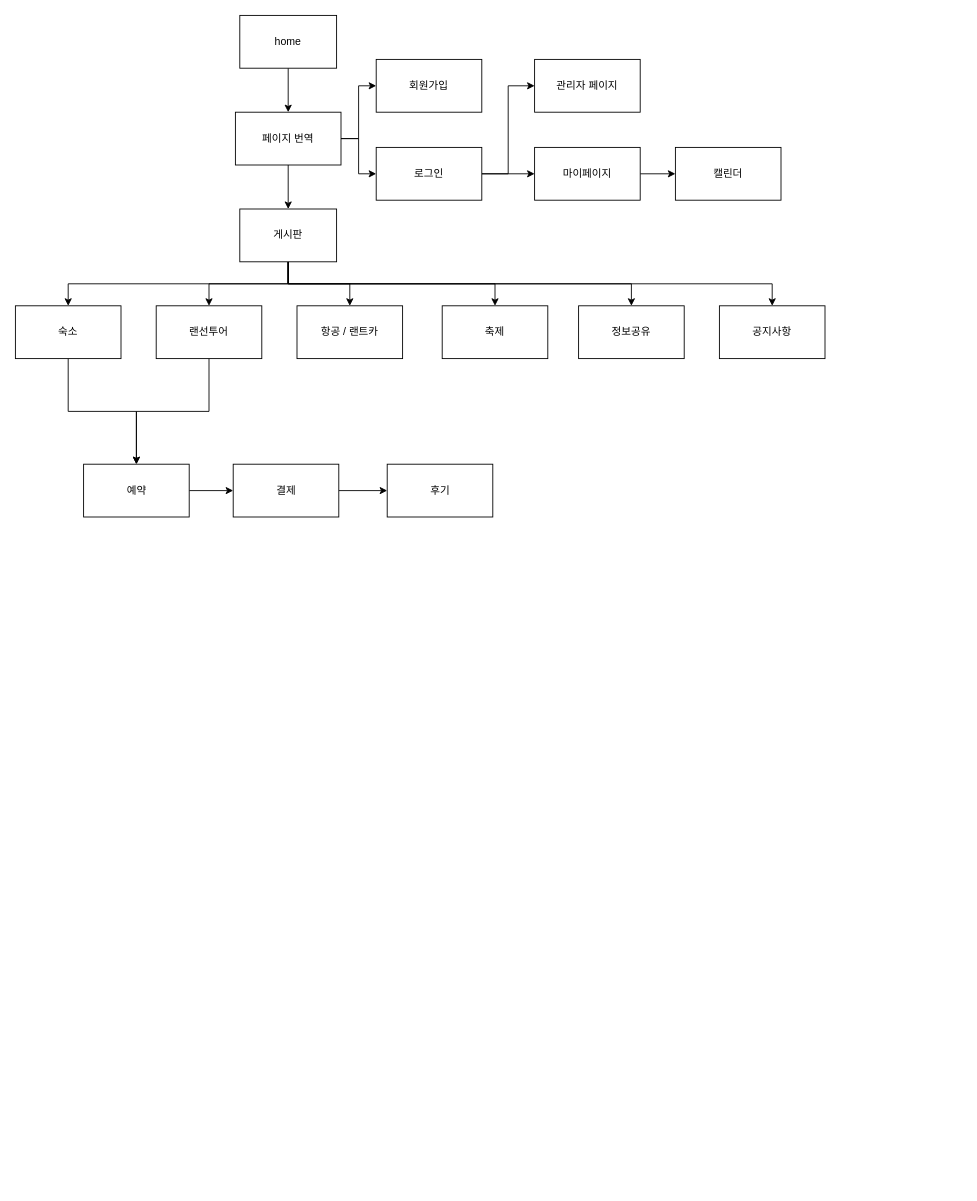
Above: Untitled Diagram.drawio in Janggeun-Lee/mygit (draw.io), before the change. Source tidied: cells renumbered, new cells numbered last; positions are measured from the earlier drawing's top-left corner, leaving out a move shared by most shapes. Both pictures are drawn from the tidied source at 88%, with x=0, y=0 at pixel (15, 15).
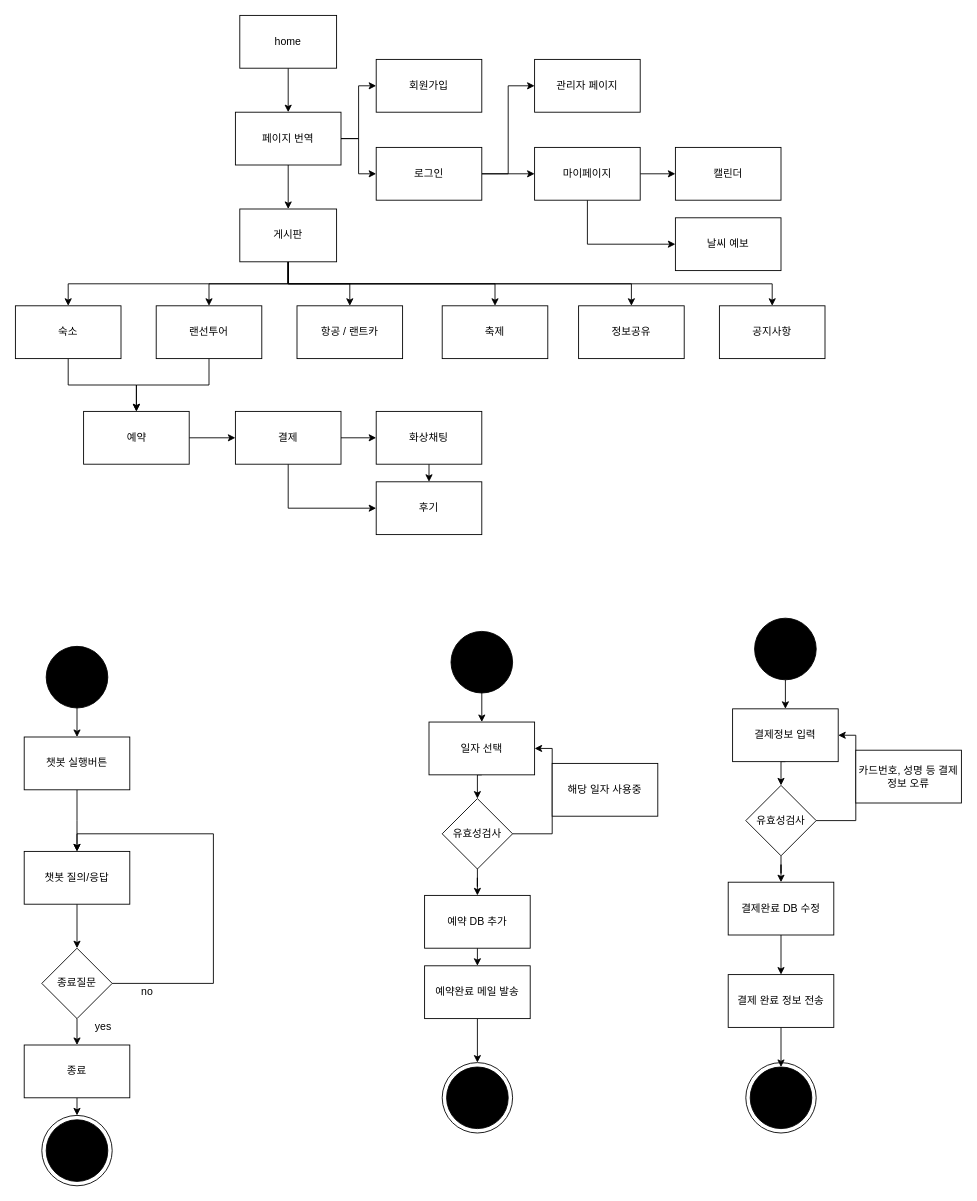
After the change.

The change refers to these unchanged cells:
```xml
<mxCell id="25" value="마이페이지" style="rounded=0;whiteSpace=wrap;html=1;" parent="1" vertex="1">
  <mxGeometry x="590" y="150" width="120" height="60" as="geometry" />
</mxCell>
```

The edit, as a diff of the source:
```diff
@@
     <mxCell id="22" value="예약" style="rounded=0;whiteSpace=wrap;html=1;" parent="1" vertex="1">
-      <mxGeometry x="77.5" y="510" width="120" height="60" as="geometry" />
+      <mxGeometry x="77.5" y="450" width="120" height="60" as="geometry" />
     </mxCell>
@@
+    <mxCell id="36" style="edgeStyle=orthogonalEdgeStyle;rounded=0;jettySize=auto;html=1;exitX=0.5;exitY=1;exitDx=0;exitDy=0;entryX=0;entryY=0.5;entryDx=0;entryDy=0;" parent="1" edge="1" source="25" target="40">
+      <mxGeometry relative="1" as="geometry" />
+    </mxCell>
@@
-    <mxCell id="27" style="edgeStyle=orthogonalEdgeStyle;rounded=0;jettySize=auto;html=1;exitX=1;exitY=0.5;exitDx=0;exitDy=0;" parent="1" edge="1" source="28" target="31">
+    <mxCell id="27" style="edgeStyle=orthogonalEdgeStyle;rounded=0;jettySize=auto;html=1;exitX=0.5;exitY=1;exitDx=0;exitDy=0;entryX=0;entryY=0.5;entryDx=0;entryDy=0;" parent="1" edge="1" source="28" target="31">
       <mxGeometry relative="1" as="geometry" />
     </mxCell>
+    <mxCell id="37" style="edgeStyle=orthogonalEdgeStyle;rounded=0;jettySize=auto;html=1;exitX=1;exitY=0.5;exitDx=0;exitDy=0;entryX=0;entryY=0.5;entryDx=0;entryDy=0;" parent="1" edge="1" source="28" target="39">
+      <mxGeometry relative="1" as="geometry" />
+    </mxCell>
     <mxCell id="28" value="결제" style="rounded=0;whiteSpace=wrap;html=1;" parent="1" vertex="1">
-      <mxGeometry x="247.5" y="510" width="120" height="60" as="geometry" />
+      <mxGeometry x="250" y="450" width="120" height="60" as="geometry" />
     </mxCell>
@@
     <mxCell id="31" value="후기" style="rounded=0;whiteSpace=wrap;html=1;" parent="1" vertex="1">
-      <mxGeometry x="422.5" y="510" width="120" height="60" as="geometry" />
+      <mxGeometry x="410" y="530" width="120" height="60" as="geometry" />
     </mxCell>
@@
+    <mxCell id="38" style="edgeStyle=orthogonalEdgeStyle;rounded=0;jettySize=auto;html=1;exitX=0.5;exitY=1;exitDx=0;exitDy=0;entryX=0.5;entryY=0;entryDx=0;entryDy=0;" parent="1" edge="1" source="39" target="31">
+      <mxGeometry relative="1" as="geometry" />
+    </mxCell>
+    <mxCell id="39" value="화상채팅" style="rounded=0;whiteSpace=wrap;html=1;" parent="1" vertex="1">
+      <mxGeometry x="410" y="450" width="120" height="60" as="geometry" />
+    </mxCell>
+    <mxCell id="40" value="날씨 예보" style="rounded=0;whiteSpace=wrap;html=1;" parent="1" vertex="1">
+      <mxGeometry x="750" y="230" width="120" height="60" as="geometry" />
+    </mxCell>
+    <mxCell id="41" style="ellipse;whiteSpace=wrap;html=1;" parent="1" vertex="1">
+      <mxGeometry x="30" y="1250" width="80" height="80" as="geometry" />
+    </mxCell>
+    <mxCell id="42" style="ellipse;whiteSpace=wrap;html=1;fillColor=#000000;" parent="1" vertex="1">
+      <mxGeometry x="35" y="1255" width="70" height="70" as="geometry" />
+    </mxCell>
+    <mxCell id="43" style="edgeStyle=orthogonalEdgeStyle;rounded=0;jettySize=auto;html=1;exitX=0.5;exitY=1;exitDx=0;exitDy=0;entryX=0.5;entryY=0;entryDx=0;entryDy=0;" parent="1" edge="1" source="44" target="48">
+      <mxGeometry relative="1" as="geometry" />
+    </mxCell>
+    <mxCell id="44" style="ellipse;whiteSpace=wrap;html=1;fillColor=#000000;" parent="1" vertex="1">
+      <mxGeometry x="35" y="717" width="70" height="70" as="geometry" />
+    </mxCell>
+    <mxCell id="45" style="edgeStyle=orthogonalEdgeStyle;rounded=0;jettySize=auto;html=1;exitX=0.5;exitY=1;exitDx=0;exitDy=0;entryX=0.5;entryY=0;entryDx=0;entryDy=0;" parent="1" edge="1" source="46" target="51">
+      <mxGeometry relative="1" as="geometry" />
+    </mxCell>
+    <mxCell id="46" value="챗봇 질의/응답" style="rounded=0;whiteSpace=wrap;html=1;fillColor=#FFFFFF;" parent="1" vertex="1">
+      <mxGeometry x="10" y="950" width="120" height="60" as="geometry" />
+    </mxCell>
+    <mxCell id="47" style="edgeStyle=orthogonalEdgeStyle;rounded=0;jettySize=auto;html=1;exitX=0.5;exitY=1;exitDx=0;exitDy=0;" parent="1" edge="1" source="48">
+      <mxGeometry relative="1" as="geometry">
+        <mxPoint x="70" y="950" as="targetPoint" />
+      </mxGeometry>
+    </mxCell>
+    <mxCell id="48" value="챗봇 실행버튼" style="rounded=0;whiteSpace=wrap;html=1;fillColor=#FFFFFF;" parent="1" vertex="1">
+      <mxGeometry x="10" y="820" width="120" height="60" as="geometry" />
+    </mxCell>
+    <mxCell id="49" style="edgeStyle=orthogonalEdgeStyle;rounded=0;jettySize=auto;html=1;exitX=1;exitY=0.5;exitDx=0;exitDy=0;entryX=0.5;entryY=0;entryDx=0;entryDy=0;" parent="1" edge="1" source="51" target="46">
+      <mxGeometry relative="1" as="geometry">
+        <Array as="points">
+          <mxPoint x="225" y="1100" />
+          <mxPoint x="225" y="930" />
+          <mxPoint x="70" y="930" />
+        </Array>
+      </mxGeometry>
+    </mxCell>
+    <mxCell id="50" style="edgeStyle=orthogonalEdgeStyle;rounded=0;jettySize=auto;html=1;exitX=0.5;exitY=1;exitDx=0;exitDy=0;entryX=0.5;entryY=0;entryDx=0;entryDy=0;" parent="1" edge="1" source="51" target="53">
+      <mxGeometry relative="1" as="geometry" />
+    </mxCell>
+    <mxCell id="51" value="종료질문" style="rhombus;whiteSpace=wrap;html=1;fillColor=#FFFFFF;" parent="1" vertex="1">
+      <mxGeometry x="30" y="1060" width="80" height="80" as="geometry" />
+    </mxCell>
+    <mxCell id="52" style="edgeStyle=orthogonalEdgeStyle;rounded=0;jettySize=auto;html=1;exitX=0.5;exitY=1;exitDx=0;exitDy=0;entryX=0.5;entryY=0;entryDx=0;entryDy=0;" parent="1" edge="1" source="53" target="41">
+      <mxGeometry relative="1" as="geometry" />
+    </mxCell>
+    <mxCell id="53" value="종료" style="rounded=0;whiteSpace=wrap;html=1;fillColor=#FFFFFF;" parent="1" vertex="1">
+      <mxGeometry x="10" y="1170" width="120" height="60" as="geometry" />
+    </mxCell>
+    <mxCell id="54" value="yes" style="text;html=1;strokeColor=none;fillColor=none;align=center;verticalAlign=middle;whiteSpace=wrap;rounded=0;" parent="1" vertex="1">
+      <mxGeometry x="80" y="1140" width="40" height="20" as="geometry" />
+    </mxCell>
+    <mxCell id="55" value="no" style="text;html=1;strokeColor=none;fillColor=none;align=center;verticalAlign=middle;whiteSpace=wrap;rounded=0;" parent="1" vertex="1">
+      <mxGeometry x="130" y="1100" width="40" height="20" as="geometry" />
+    </mxCell>
+    <mxCell id="56" style="ellipse;whiteSpace=wrap;html=1;" parent="1" vertex="1">
+      <mxGeometry x="485" y="1190" width="80" height="80" as="geometry" />
+    </mxCell>
+    <mxCell id="57" style="ellipse;whiteSpace=wrap;html=1;fillColor=#000000;" parent="1" vertex="1">
+      <mxGeometry x="490" y="1195" width="70" height="70" as="geometry" />
+    </mxCell>
+    <mxCell id="58" style="edgeStyle=orthogonalEdgeStyle;rounded=0;jettySize=auto;html=1;exitX=0.5;exitY=1;exitDx=0;exitDy=0;entryX=0.5;entryY=0;entryDx=0;entryDy=0;" parent="1" edge="1" source="59" target="61">
+      <mxGeometry relative="1" as="geometry" />
+    </mxCell>
+    <mxCell id="59" style="ellipse;whiteSpace=wrap;html=1;fillColor=#000000;" parent="1" vertex="1">
+      <mxGeometry x="495" y="700" width="70" height="70" as="geometry" />
+    </mxCell>
+    <mxCell id="60" style="edgeStyle=orthogonalEdgeStyle;rounded=0;jettySize=auto;html=1;exitX=0.5;exitY=1;exitDx=0;exitDy=0;entryX=0.5;entryY=0;entryDx=0;entryDy=0;" parent="1" edge="1" source="61" target="64">
+      <mxGeometry relative="1" as="geometry" />
+    </mxCell>
+    <mxCell id="61" value="일자 선택" style="rounded=0;whiteSpace=wrap;html=1;fillColor=#FFFFFF;" parent="1" vertex="1">
+      <mxGeometry x="470" y="803" width="120" height="60" as="geometry" />
+    </mxCell>
+    <mxCell id="62" style="edgeStyle=orthogonalEdgeStyle;rounded=0;jettySize=auto;html=1;exitX=0.5;exitY=1;exitDx=0;exitDy=0;" parent="1" edge="1" source="64" target="66">
+      <mxGeometry relative="1" as="geometry" />
+    </mxCell>
+    <mxCell id="63" style="edgeStyle=orthogonalEdgeStyle;rounded=0;jettySize=auto;html=1;exitX=1;exitY=0.5;exitDx=0;exitDy=0;entryX=1;entryY=0.5;entryDx=0;entryDy=0;" parent="1" edge="1" source="64" target="61">
+      <mxGeometry relative="1" as="geometry" />
+    </mxCell>
+    <mxCell id="64" value="유효성검사" style="rhombus;whiteSpace=wrap;html=1;fillColor=#FFFFFF;" parent="1" vertex="1">
+      <mxGeometry x="485" y="890" width="80" height="80" as="geometry" />
+    </mxCell>
+    <mxCell id="65" style="edgeStyle=orthogonalEdgeStyle;rounded=0;jettySize=auto;html=1;exitX=0.5;exitY=1;exitDx=0;exitDy=0;entryX=0.5;entryY=0;entryDx=0;entryDy=0;" parent="1" edge="1" source="66" target="69">
+      <mxGeometry relative="1" as="geometry" />
+    </mxCell>
+    <mxCell id="66" value="예약 DB 추가" style="rounded=0;whiteSpace=wrap;html=1;fillColor=#FFFFFF;" parent="1" vertex="1">
+      <mxGeometry x="465" y="1000" width="120" height="60" as="geometry" />
+    </mxCell>
+    <mxCell id="67" value="해당 일자 사용중" style="rounded=0;whiteSpace=wrap;html=1;fillColor=#FFFFFF;" parent="1" vertex="1">
+      <mxGeometry x="610" y="850" width="120" height="60" as="geometry" />
+    </mxCell>
+    <mxCell id="68" style="edgeStyle=orthogonalEdgeStyle;rounded=0;jettySize=auto;html=1;exitX=0.5;exitY=1;exitDx=0;exitDy=0;entryX=0.5;entryY=0;entryDx=0;entryDy=0;" parent="1" edge="1" source="69" target="56">
+      <mxGeometry relative="1" as="geometry" />
+    </mxCell>
+    <mxCell id="69" value="예약완료 메일 발송" style="rounded=0;whiteSpace=wrap;html=1;fillColor=#FFFFFF;" parent="1" vertex="1">
+      <mxGeometry x="465" y="1080" width="120" height="60" as="geometry" />
+    </mxCell>
+    <mxCell id="70" style="ellipse;whiteSpace=wrap;html=1;" parent="1" vertex="1">
+      <mxGeometry x="830" y="1190" width="80" height="80" as="geometry" />
+    </mxCell>
+    <mxCell id="71" style="ellipse;whiteSpace=wrap;html=1;fillColor=#000000;" parent="1" vertex="1">
+      <mxGeometry x="835" y="1195" width="70" height="70" as="geometry" />
+    </mxCell>
+    <mxCell id="72" style="edgeStyle=orthogonalEdgeStyle;rounded=0;jettySize=auto;html=1;exitX=0.5;exitY=1;exitDx=0;exitDy=0;entryX=0.5;entryY=0;entryDx=0;entryDy=0;" parent="1" edge="1" source="73" target="75">
+      <mxGeometry relative="1" as="geometry" />
+    </mxCell>
+    <mxCell id="73" style="ellipse;whiteSpace=wrap;html=1;fillColor=#000000;" parent="1" vertex="1">
+      <mxGeometry x="840" y="685" width="70" height="70" as="geometry" />
+    </mxCell>
+    <mxCell id="74" style="edgeStyle=orthogonalEdgeStyle;rounded=0;jettySize=auto;html=1;exitX=0.5;exitY=1;exitDx=0;exitDy=0;entryX=0.5;entryY=0;entryDx=0;entryDy=0;" parent="1" edge="1" source="75" target="78">
+      <mxGeometry relative="1" as="geometry" />
+    </mxCell>
+    <mxCell id="75" value="결제정보 입력" style="rounded=0;whiteSpace=wrap;html=1;fillColor=#FFFFFF;" parent="1" vertex="1">
+      <mxGeometry x="815" y="788" width="120" height="60" as="geometry" />
+    </mxCell>
+    <mxCell id="76" style="edgeStyle=orthogonalEdgeStyle;rounded=0;jettySize=auto;html=1;exitX=0.5;exitY=1;exitDx=0;exitDy=0;" parent="1" edge="1" source="78" target="80">
+      <mxGeometry relative="1" as="geometry" />
+    </mxCell>
+    <mxCell id="77" style="edgeStyle=orthogonalEdgeStyle;rounded=0;jettySize=auto;html=1;exitX=1;exitY=0.5;exitDx=0;exitDy=0;entryX=1;entryY=0.5;entryDx=0;entryDy=0;" parent="1" edge="1" source="78" target="75">
+      <mxGeometry relative="1" as="geometry" />
+    </mxCell>
+    <mxCell id="78" value="유효성검사" style="rhombus;whiteSpace=wrap;html=1;fillColor=#FFFFFF;" parent="1" vertex="1">
+      <mxGeometry x="830" y="875" width="80" height="80" as="geometry" />
+    </mxCell>
+    <mxCell id="79" style="edgeStyle=orthogonalEdgeStyle;rounded=0;jettySize=auto;html=1;exitX=0.5;exitY=1;exitDx=0;exitDy=0;entryX=0.5;entryY=0;entryDx=0;entryDy=0;" parent="1" edge="1" source="80" target="83">
+      <mxGeometry relative="1" as="geometry" />
+    </mxCell>
+    <mxCell id="80" value="결제완료 DB 수정" style="rounded=0;whiteSpace=wrap;html=1;fillColor=#FFFFFF;" parent="1" vertex="1">
+      <mxGeometry x="810" y="985" width="120" height="60" as="geometry" />
+    </mxCell>
+    <mxCell id="81" value="카드번호, 성명 등 결제정보 오류" style="rounded=0;whiteSpace=wrap;html=1;fillColor=#FFFFFF;" parent="1" vertex="1">
+      <mxGeometry x="955" y="835" width="120" height="60" as="geometry" />
+    </mxCell>
+    <mxCell id="82" style="edgeStyle=orthogonalEdgeStyle;rounded=0;jettySize=auto;html=1;exitX=0.5;exitY=1;exitDx=0;exitDy=0;entryX=0.5;entryY=0;entryDx=0;entryDy=0;" parent="1" edge="1" source="83" target="71">
+      <mxGeometry relative="1" as="geometry" />
+    </mxCell>
+    <mxCell id="83" value="결제 완료 정보 전송" style="rounded=0;whiteSpace=wrap;html=1;fillColor=#FFFFFF;" parent="1" vertex="1">
+      <mxGeometry x="810" y="1090" width="120" height="60" as="geometry" />
+    </mxCell>
```
